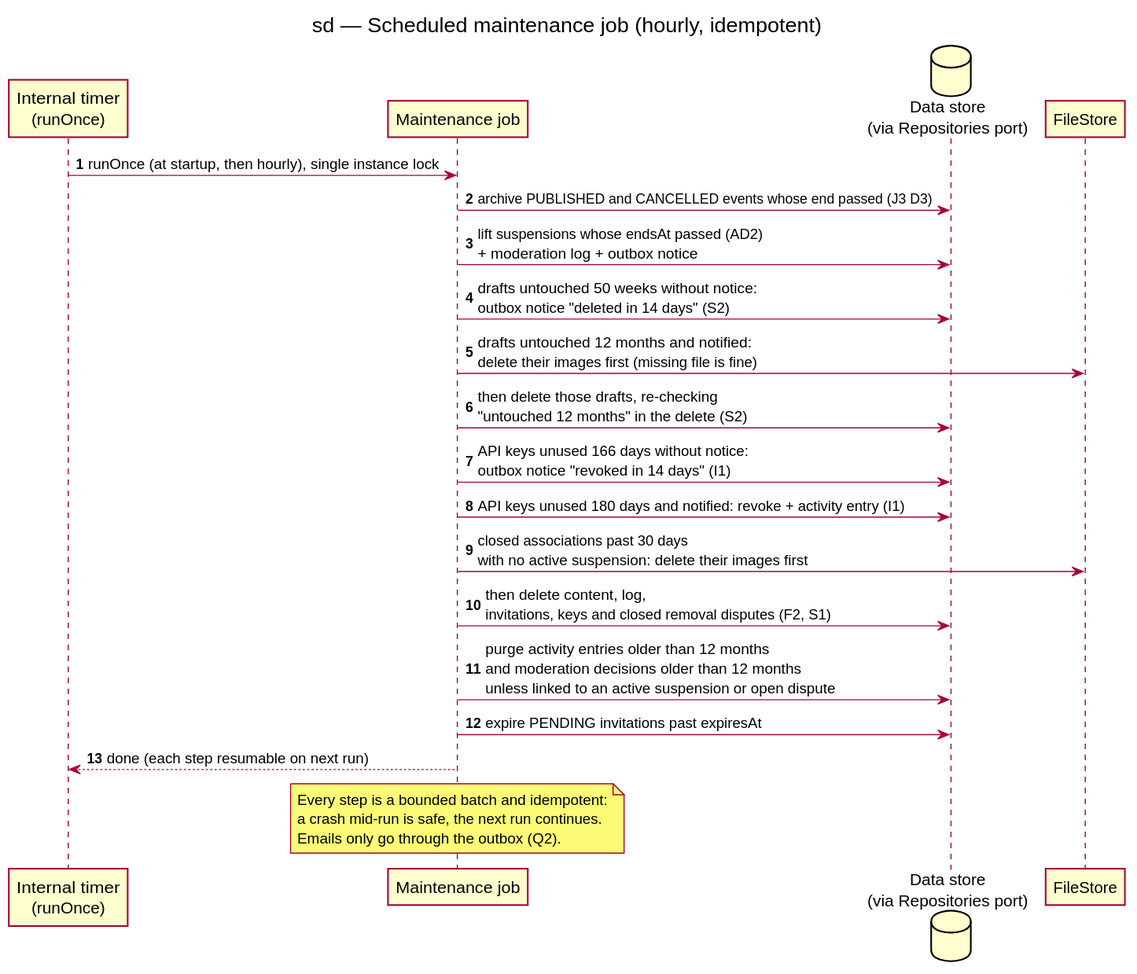
Earlier version of the PlantUML export docs/architecture/diagrams/v1-events/02d-sequence-scheduled-job.svg (benoit-bremaud/HappiHub).
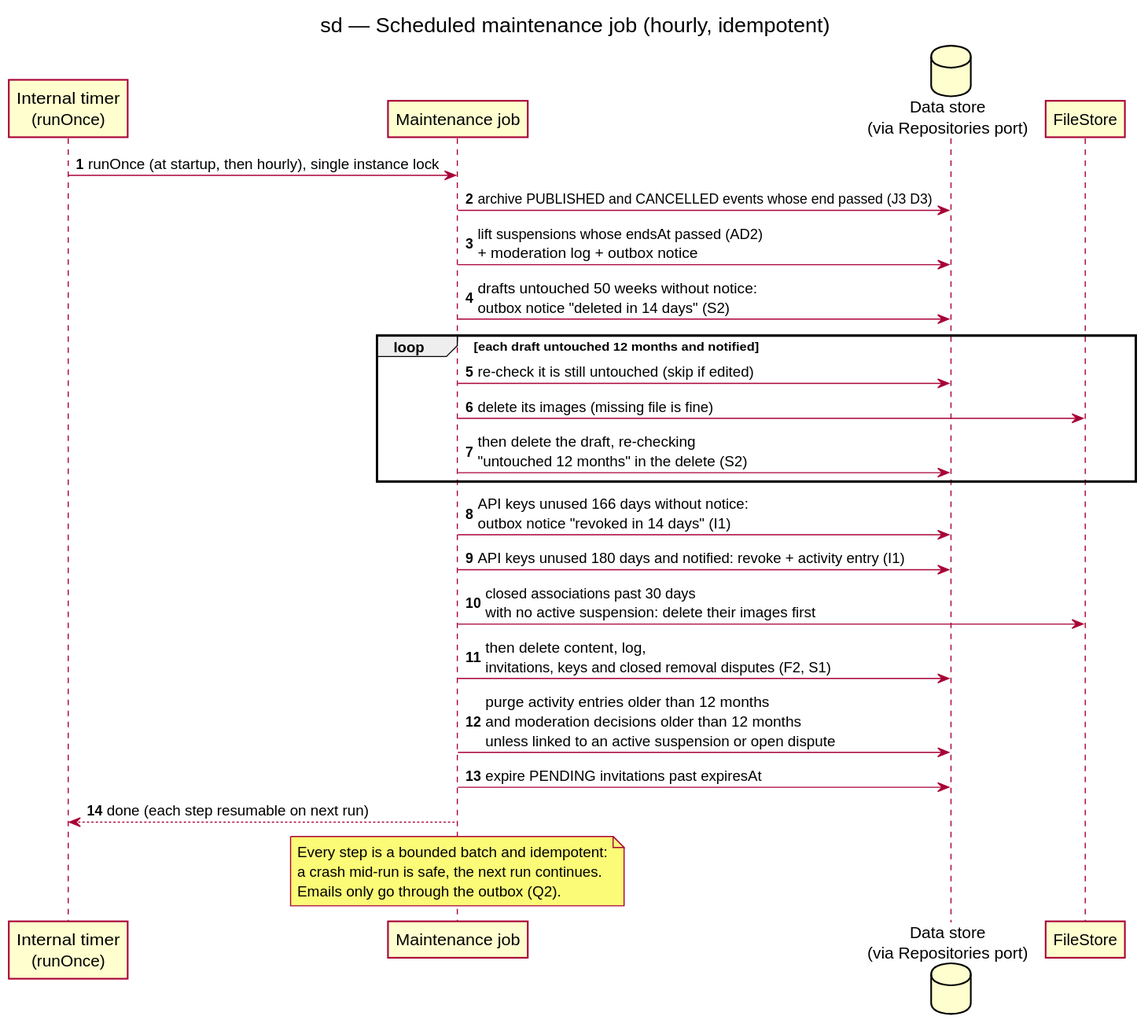
The same file after the commit.

Commit message:
docs(uml): re-check each draft before deleting its images

Narrows the edit race raised in the PR #267 review to a single draft step
without changing the validated class diagram.

What changed in the source:
```diff
@@ -11,8 +11,11 @@
 J -> D : archive PUBLISHED and CANCELLED events whose end passed (J3 D3)
 J -> D : lift suspensions whose endsAt passed (AD2)\n+ moderation log + outbox notice
 J -> D : drafts untouched 50 weeks without notice:\noutbox notice "deleted in 14 days" (S2)
-J -> F : drafts untouched 12 months and notified:\ndelete their images first (missing file is fine)
-J -> D : then delete those drafts, re-checking\n"untouched 12 months" in the delete (S2)
+loop each draft untouched 12 months and notified
+  J -> D : re-check it is still untouched (skip if edited)
+  J -> F : delete its images (missing file is fine)
+  J -> D : then delete the draft, re-checking\n"untouched 12 months" in the delete (S2)
+end
 J -> D : API keys unused 166 days without notice:\noutbox notice "revoked in 14 days" (I1)
 J -> D : API keys unused 180 days and notified: revoke + activity entry (I1)
 J -> F : closed associations past 30 days\nwith no active suspension: delete their images first
```
